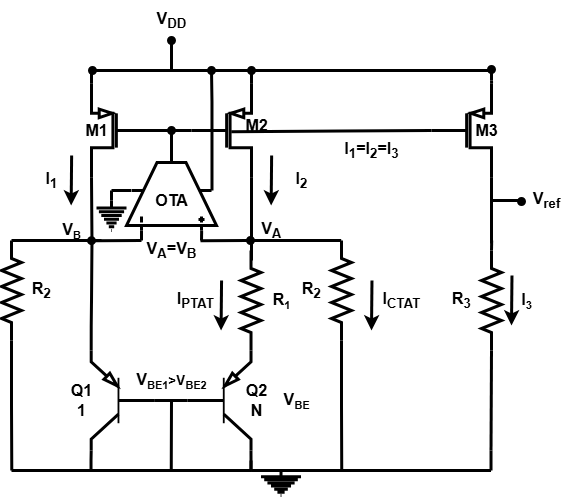
The draw.io diagram Figures/CircuitDiagrams/BGR.png in ArsenArutyunov/DPLL-LDO, before a commit. Source tidied: cells renumbered, new cells last; positions are measured from the earlier drawing's top-left corner, leaving out a move shared by most shapes.
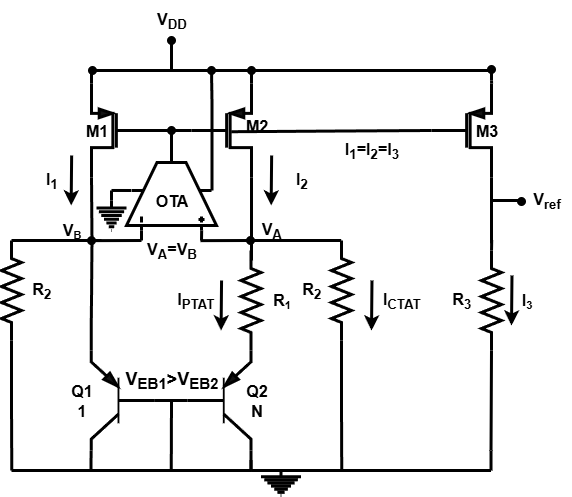
The same diagram one commit later.

What changed in the source:
```diff
@@ -369,11 +369,8 @@
     <mxCell id="76" value="&lt;font&gt;&lt;span style=&quot;font-size: 16px;&quot;&gt;&lt;b&gt;I&lt;sub&gt;1&lt;/sub&gt;=I&lt;sub&gt;2&lt;/sub&gt;=I&lt;sub&gt;3&lt;/sub&gt;&lt;/b&gt;&lt;/span&gt;&lt;/font&gt;" style="text;html=1;align=center;verticalAlign=middle;strokeColor=none;fillColor=none;strokeWidth=3;fontColor=light-dark(#000000,#000000);" parent="1" vertex="1">
       <mxGeometry x="330" y="130" width="80" height="40" as="geometry" />
     </mxCell>
-    <mxCell id="77" value="&lt;font&gt;&lt;b style=&quot;&quot;&gt;&lt;span style=&quot;font-size: 16px;&quot;&gt;V&lt;/span&gt;&lt;span style=&quot;font-size: 13.3333px;&quot;&gt;&lt;sub&gt;BE&lt;/sub&gt;&lt;/span&gt;&lt;/b&gt;&lt;/font&gt;" style="text;html=1;align=center;verticalAlign=middle;strokeColor=none;fillColor=none;strokeWidth=3;fontColor=light-dark(#000000,#000000);" parent="1" vertex="1">
-      <mxGeometry x="270" y="380" width="50" height="40" as="geometry" />
-    </mxCell>
-    <mxCell id="78" value="&lt;font&gt;&lt;b style=&quot;&quot;&gt;&lt;span style=&quot;font-size: 16px;&quot;&gt;V&lt;/span&gt;&lt;span style=&quot;font-size: 13.3333px;&quot;&gt;&lt;sub&gt;BE1&lt;/sub&gt;&amp;gt;V&lt;sub&gt;BE2&lt;/sub&gt;&lt;/span&gt;&lt;/b&gt;&lt;/font&gt;" style="text;html=1;align=center;verticalAlign=middle;strokeColor=none;fillColor=none;strokeWidth=3;fontColor=light-dark(#000000,#000000);" parent="1" vertex="1">
-      <mxGeometry x="125" y="360" width="90" height="40" as="geometry" />
+    <mxCell id="78" value="&lt;font style=&quot;font-size: 18px;&quot;&gt;&lt;b style=&quot;&quot;&gt;V&lt;sub style=&quot;&quot;&gt;EB&lt;/sub&gt;&lt;sub style=&quot;&quot;&gt;1&lt;/sub&gt;&amp;gt;V&lt;sub style=&quot;&quot;&gt;EB2&lt;/sub&gt;&lt;/b&gt;&lt;/font&gt;" style="text;html=1;align=center;verticalAlign=middle;strokeColor=none;fillColor=none;strokeWidth=3;fontColor=light-dark(#000000,#000000);" parent="1" vertex="1">
+      <mxGeometry x="110" y="360" width="120" height="40" as="geometry" />
     </mxCell>
   </root>
 </mxGraphModel>
```
